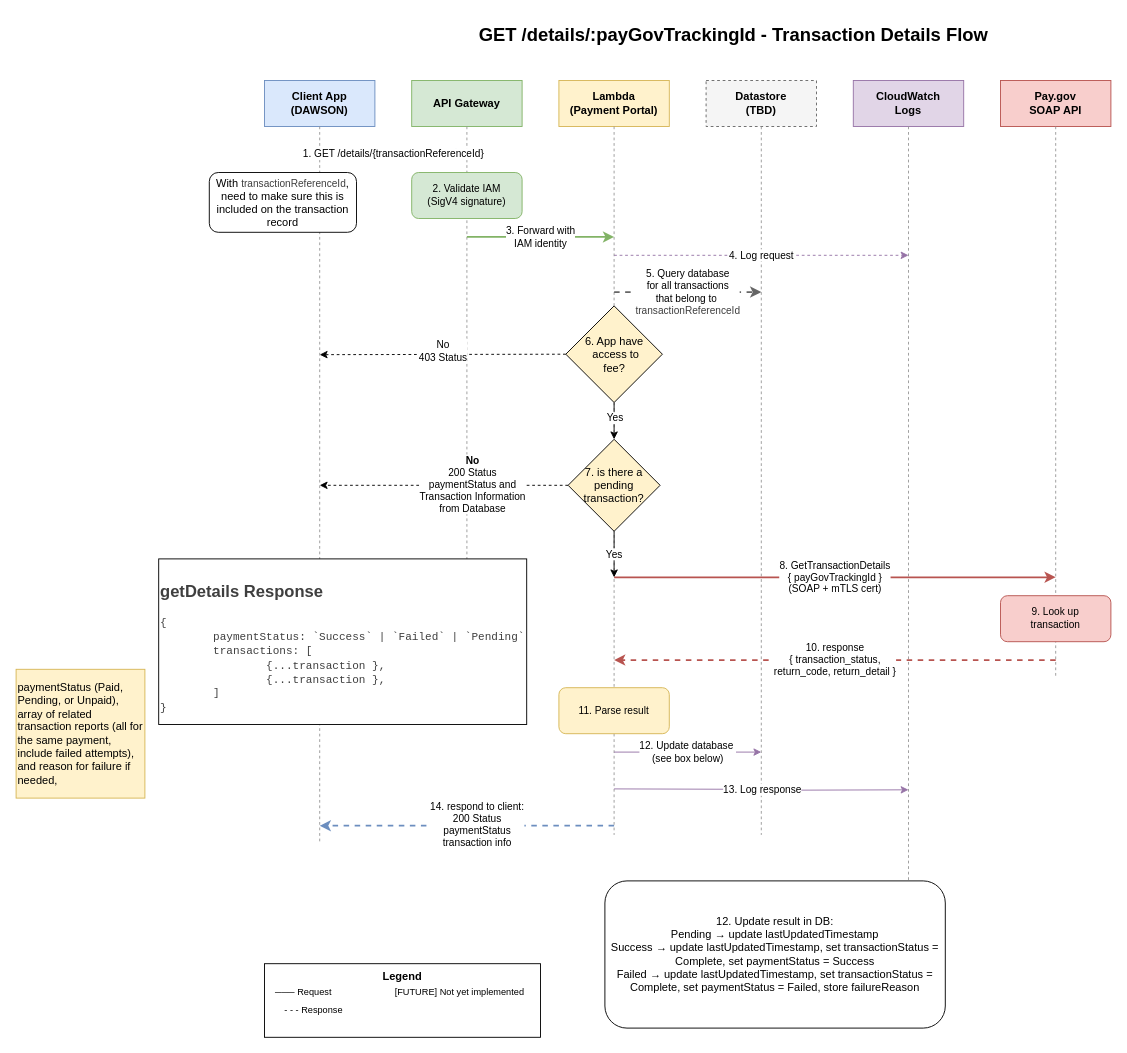
This is docs/diagrams/get-details-flow.drawio from ustaxcourt/ustc-payment-portal, a draw.io file, before an edit. Source tidied: cells renumbered, new cells numbered last; positions are measured from the earlier drawing's top-left corner, leaving out a move shared by most shapes. Both pictures are drawn from the tidied source at 92%, with x=0, y=0 at pixel (16, 16).
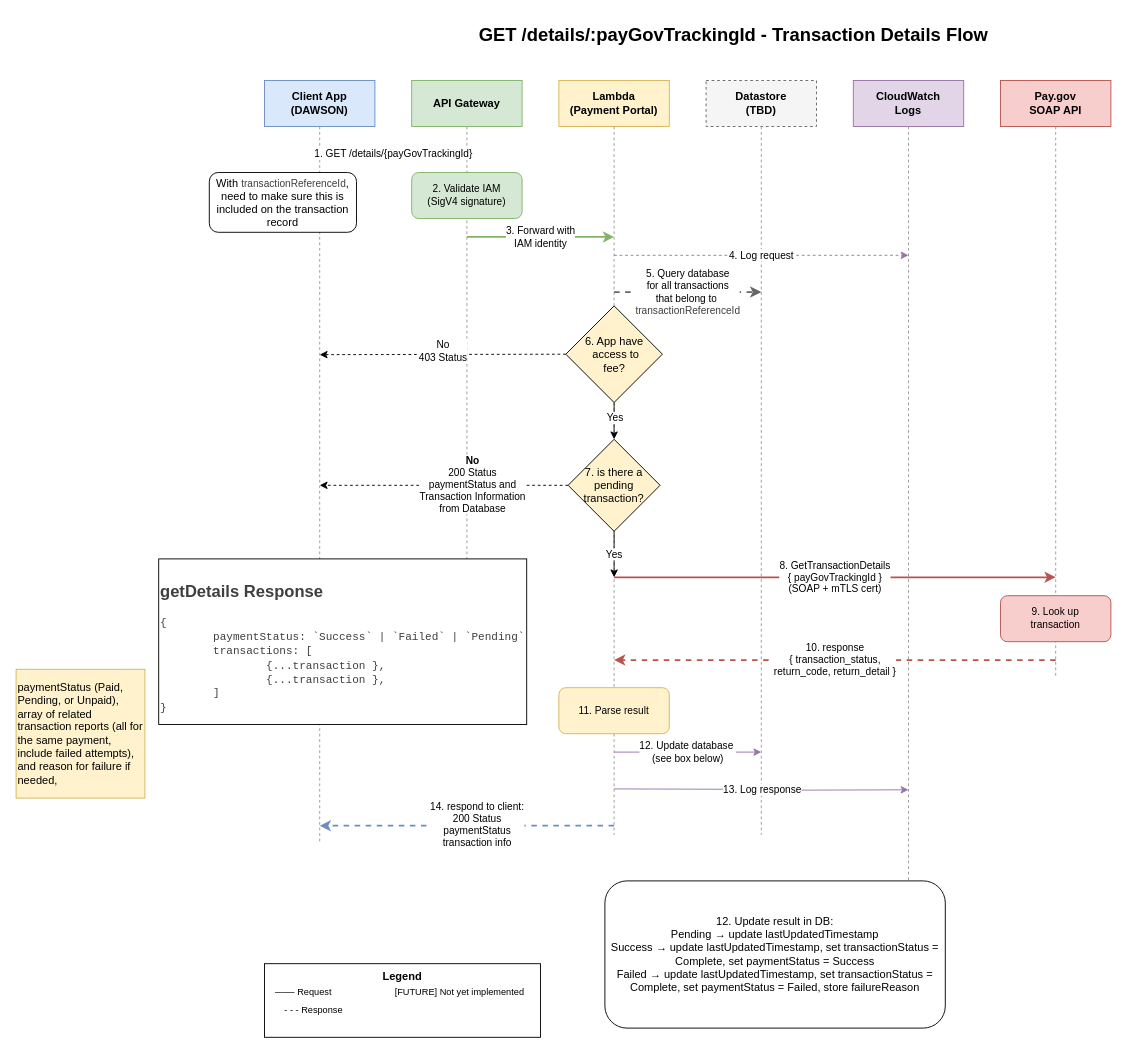
The same diagram, later.

Change to the diagram source:
```diff
@@
-    <mxCell id="15" value="1. GET /details/{transactionReferenceId}" style="edgeStyle=orthogonalEdgeStyle;rounded=0;orthogonalLoop=1;jettySize=auto;html=1;strokeWidth=2;fillColor=#dae8fc;strokeColor=#6c8ebf;" parent="1" edge="1">
+    <mxCell id="15" value="1. GET /details/{payGovTrackingId}" style="edgeStyle=orthogonalEdgeStyle;rounded=0;orthogonalLoop=1;jettySize=auto;html=1;strokeWidth=2;fillColor=#dae8fc;strokeColor=#6c8ebf;" parent="1" edge="1">
       <mxGeometry relative="1" as="geometry">
         <mxPoint x="330" y="150" as="sourcePoint" />
         <mxPoint x="490" y="150" as="targetPoint" />
       </mxGeometry>
     </mxCell>
```
